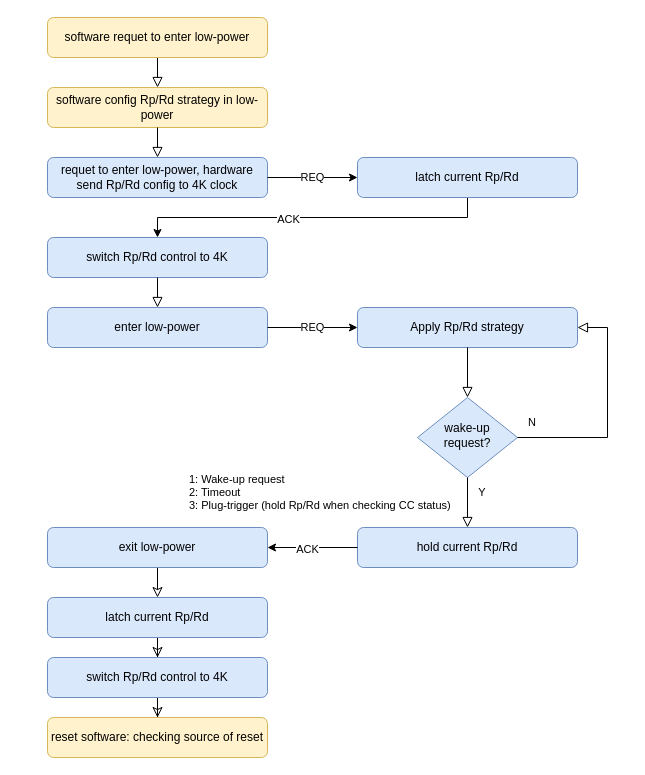
Before: pd_rp_rd_lp.drawio in Xhopo/test, a draw.io diagram. Source tidied: cells renumbered, new cells numbered last; positions are measured from the earlier drawing's top-left corner, leaving out a move shared by most shapes. Both pictures are drawn from the tidied source at 100%, with x=0, y=0 at pixel (47, 17).
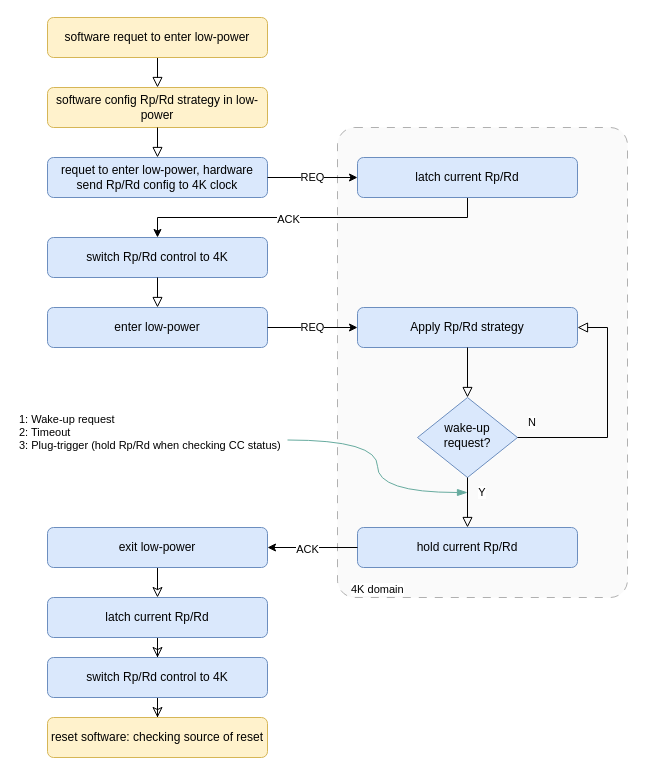
Above is the later version.

Unchanged cells that the change refers to:
```xml
<mxCell id="19" value="Y" style="text;html=1;align=center;verticalAlign=middle;whiteSpace=wrap;rounded=0;fontFamily=Helvetica;fontSize=11;fontColor=default;labelBackgroundColor=default;" parent="1" vertex="1">
  <mxGeometry x="420" y="460" width="30" height="30" as="geometry" />
</mxCell>
```

What changed in the source:
```diff
@@
+    <mxCell id="33" style="rounded=1;whiteSpace=wrap;html=1;fontFamily=Helvetica;fontSize=11;labelBackgroundColor=default;arcSize=6;dashed=1;dashPattern=8 8;fillColor=#f5f5f5;strokeColor=#666666;fontColor=#333333;opacity=50;" parent="1" vertex="1">
+      <mxGeometry x="290" y="110" width="290" height="470" as="geometry" />
+    </mxCell>
@@
+    <mxCell id="34" style="edgeStyle=orthogonalEdgeStyle;shape=connector;rounded=0;jettySize=auto;html=1;exitX=1;exitY=0.75;exitDx=0;exitDy=0;entryX=0;entryY=0.5;entryDx=0;entryDy=0;shadow=0;strokeColor=#67AB9F;strokeWidth=1;align=center;verticalAlign=middle;fontFamily=Helvetica;fontSize=11;fontColor=default;labelBackgroundColor=default;endArrow=blockThin;endFill=1;endSize=8;curved=1;" parent="1" edge="1" source="22" target="19">
+      <mxGeometry relative="1" as="geometry" />
+    </mxCell>
     <mxCell id="22" value="1: Wake-up request&lt;div&gt;2: Timeout&lt;/div&gt;&lt;div&gt;3: Plug-trigger (hold Rp/Rd when checking CC status)&lt;/div&gt;" style="text;html=1;align=left;verticalAlign=middle;whiteSpace=wrap;rounded=0;fontFamily=Helvetica;fontSize=11;fontColor=default;labelBackgroundColor=default;" parent="1" vertex="1">
-      <mxGeometry x="140" y="460" width="300" height="30" as="geometry" />
+      <mxGeometry x="-30" y="400" width="270" height="30" as="geometry" />
     </mxCell>
@@
+    <mxCell id="35" value="4K domain" style="text;html=1;align=left;verticalAlign=middle;whiteSpace=wrap;rounded=0;fontFamily=Helvetica;fontSize=11;fontColor=default;labelBackgroundColor=default;" parent="1" vertex="1">
+      <mxGeometry x="302" y="562" width="80" height="20" as="geometry" />
+    </mxCell>
```
